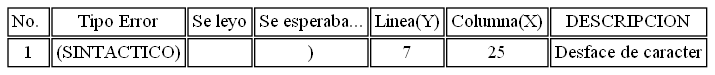
This is grafos/errores.dot.png from SaMuEl23PaJoC23/LFP_201800665_Proyecto2, a Graphviz export, as it was before one commit. Its source is kept beside it as grafos/errores.dot. Its diagram source:
```dot
digraph errores {
NodoErrores [shape=none, margin=0, label=<
<table border="0" cellborder= "1">
<tr>
<td>No. </td> <td>Tipo Error</td> <td>Se leyo</td> <td>Se esperaba...</td> <td>Linea(Y)</td> <td>Columna(X)</td> <td>DESCRIPCION</td>
</tr>
<tr>
<td>1</td> <td>(SINTACTICO)</td> <td>
</td> <td>)</td> <td>7</td> <td>25</td> <td>Desface de caracter</td>
</tr>
</table>>];
}
```
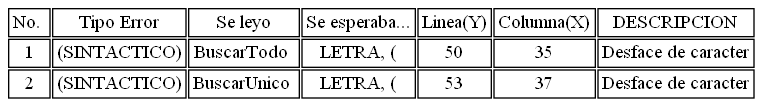
Later version of the same file.

Change to the diagram source:
```diff
@@ -5,8 +5,10 @@
 <td>No. </td> <td>Tipo Error</td> <td>Se leyo</td> <td>Se esperaba...</td> <td>Linea(Y)</td> <td>Columna(X)</td> <td>DESCRIPCION</td>
 </tr>
 <tr>
-<td>1</td> <td>(SINTACTICO)</td> <td>
-</td> <td>)</td> <td>7</td> <td>25</td> <td>Desface de caracter</td>
+<td>1</td> <td>(SINTACTICO)</td> <td>BuscarTodo </td> <td>LETRA, (</td> <td>50</td> <td>35</td> <td>Desface de caracter</td>
+</tr>
+<tr>
+<td>2</td> <td>(SINTACTICO)</td> <td>BuscarUnico </td> <td>LETRA, (</td> <td>53</td> <td>37</td> <td>Desface de caracter</td>
 </tr>
 </table>>];
 }
```
